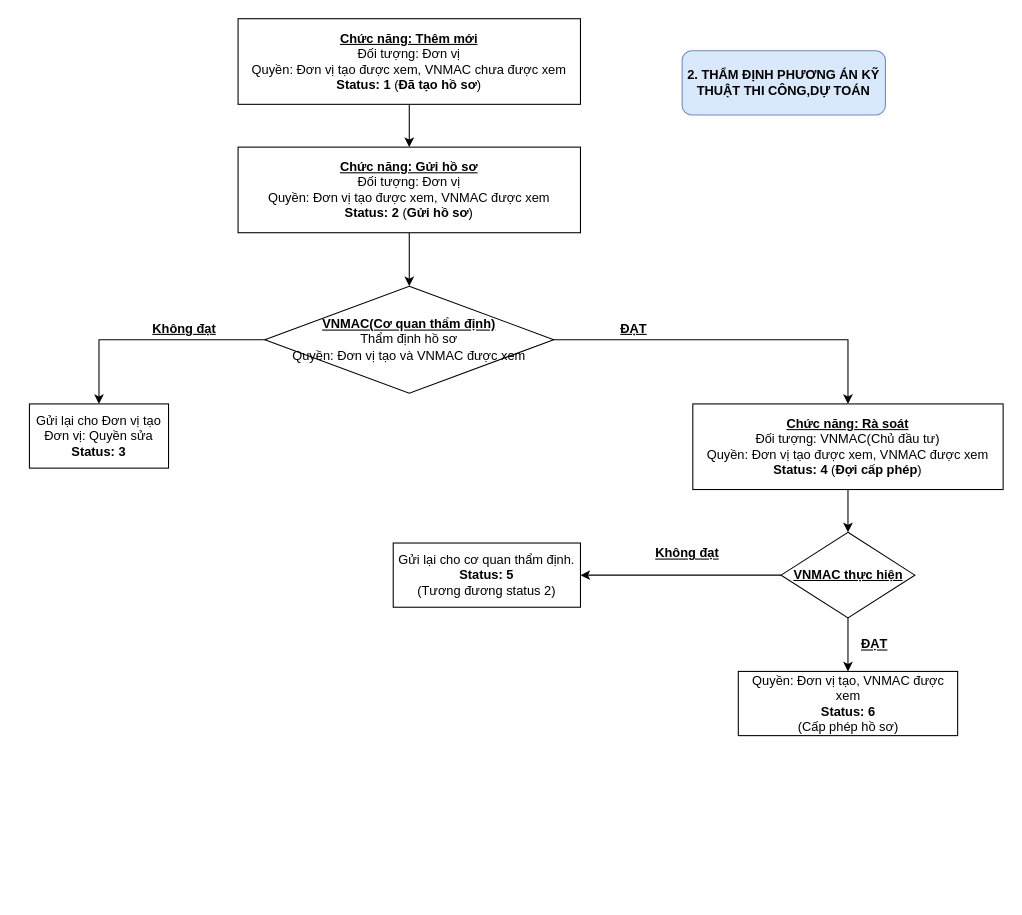
Earlier version of the draw.io diagram Untitled Diagram.drawio (phungminhhieu1206/elasticseach_demo). Source tidied: cells renumbered, new cells numbered last; positions are measured from the earlier drawing's top-left corner, leaving out a move shared by most shapes. Both pictures are drawn from the tidied source at 107%, with x=0, y=0 at pixel (29, 18).
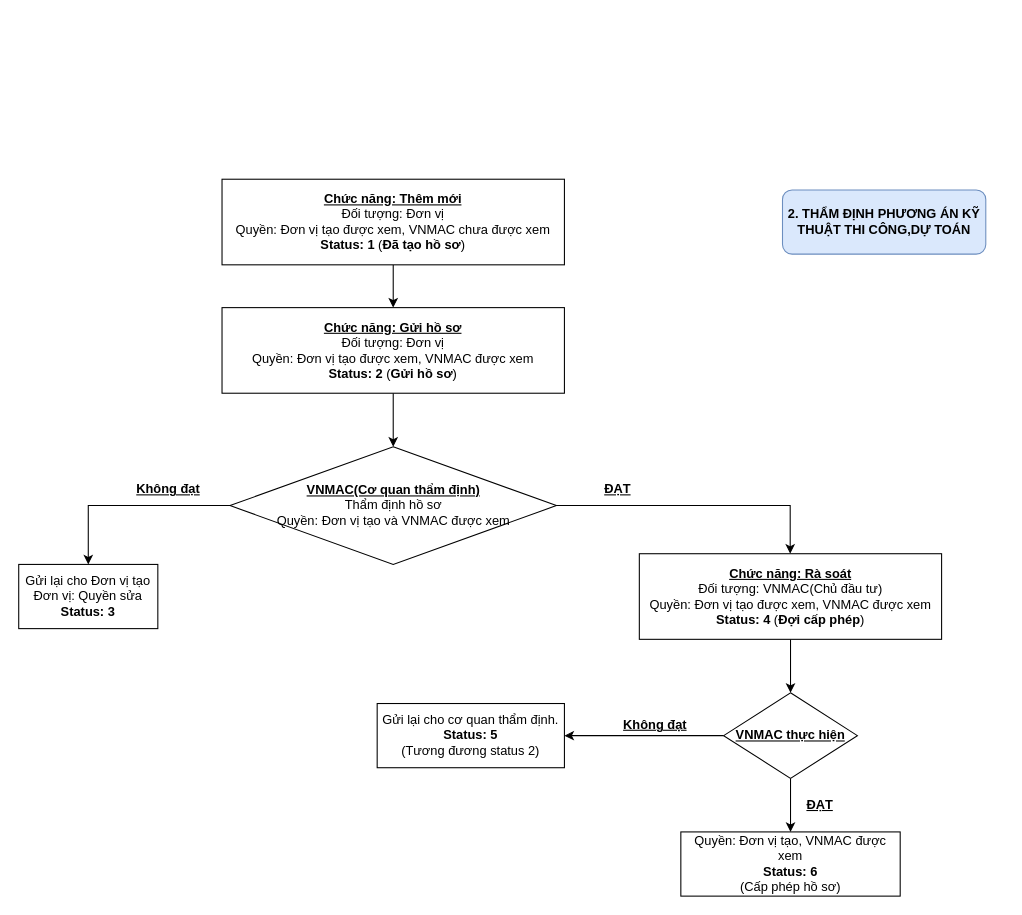
The same diagram, later.

What changed in the source:
```diff
@@
     <mxCell id="3" value="&lt;b&gt;&lt;u&gt;Chức năng: Thêm mới&lt;/u&gt;&lt;/b&gt;&lt;br&gt;Đối tượng: Đơn vị&lt;br&gt;Quyền: Đơn vị tạo được xem, VNMAC chưa được xem&lt;br&gt;&lt;b&gt;Status: 1&lt;/b&gt; (&lt;b&gt;Đã tạo hồ sơ&lt;/b&gt;)" style="rounded=0;whiteSpace=wrap;html=1;" parent="1" vertex="1">
-      <mxGeometry x="195" width="320" height="80" as="geometry" />
+      <mxGeometry x="180" y="150" width="320" height="80" as="geometry" />
     </mxCell>
@@
     <mxCell id="5" value="&lt;b&gt;&lt;u&gt;Chức năng: Gửi hồ sơ&lt;/u&gt;&lt;/b&gt;&lt;br&gt;Đối tượng: Đơn vị&lt;br&gt;Quyền: Đơn vị tạo được xem, VNMAC được xem&lt;br&gt;&lt;b&gt;Status: 2&lt;/b&gt;&amp;nbsp;(&lt;b&gt;Gửi&amp;nbsp;hồ sơ&lt;/b&gt;)" style="rounded=0;whiteSpace=wrap;html=1;" parent="1" vertex="1">
-      <mxGeometry x="195" y="120" width="320" height="80" as="geometry" />
+      <mxGeometry x="180" y="270" width="320" height="80" as="geometry" />
     </mxCell>
-    <mxCell id="6" style="edgeStyle=orthogonalEdgeStyle;rounded=0;jettySize=auto;html=1;" parent="1" edge="1" source="8" target="9">
+    <mxCell id="6" style="edgeStyle=orthogonalEdgeStyle;rounded=0;jettySize=auto;html=1;entryX=0.5;entryY=0;entryDx=0;entryDy=0;" parent="1" edge="1" source="8" target="9">
       <mxGeometry relative="1" as="geometry" />
     </mxCell>
     <mxCell id="7" style="edgeStyle=orthogonalEdgeStyle;rounded=0;jettySize=auto;html=1;" parent="1" edge="1" source="8" target="12">
-      <mxGeometry relative="1" as="geometry" />
+      <mxGeometry relative="1" as="geometry">
+        <Array as="points">
+          <mxPoint x="711" y="455" />
+        </Array>
+      </mxGeometry>
     </mxCell>
     <mxCell id="8" value="&lt;b&gt;&lt;u&gt;VNMAC(Cơ quan thẩm định)&lt;br&gt;&lt;/u&gt;&lt;/b&gt;Thẩm định hồ sơ&lt;br&gt;Quyền: Đơn vị tạo và VNMAC được xem" style="rhombus;whiteSpace=wrap;html=1;rounded=0;" parent="1" vertex="1">
-      <mxGeometry x="220" y="250" width="270" height="100" as="geometry" />
+      <mxGeometry x="187.5" y="400" width="305" height="110" as="geometry" />
     </mxCell>
     <mxCell id="9" value="Gửi lại cho Đơn vị tạo&lt;br&gt;Đơn vị: Quyền sửa&lt;br&gt;&lt;b&gt;Status: 3&lt;/b&gt;" style="whiteSpace=wrap;html=1;rounded=0;" parent="1" vertex="1">
-      <mxGeometry y="360" width="130" height="60" as="geometry" />
+      <mxGeometry x="-10" y="510" width="130" height="60" as="geometry" />
     </mxCell>
     <mxCell id="10" value="&lt;b&gt;&lt;u&gt;Không đạt&lt;/u&gt;&lt;/b&gt;" style="text;html=1;strokeColor=none;fillColor=none;align=center;verticalAlign=middle;whiteSpace=wrap;rounded=0;" parent="1" vertex="1">
-      <mxGeometry x="110" y="280" width="70" height="20" as="geometry" />
+      <mxGeometry x="95" y="430" width="70" height="20" as="geometry" />
     </mxCell>
@@
     <mxCell id="12" value="&lt;b&gt;&lt;u&gt;Chức năng: Rà soát&lt;/u&gt;&lt;/b&gt;&lt;br&gt;Đối tượng: VNMAC(Chủ đầu tư)&lt;br&gt;Quyền: Đơn vị tạo được xem, VNMAC được xem&lt;br&gt;&lt;b&gt;Status: 4&lt;/b&gt;&amp;nbsp;(&lt;b&gt;Đợi cấp phép&lt;/b&gt;)" style="whiteSpace=wrap;html=1;rounded=0;" parent="1" vertex="1">
-      <mxGeometry x="620" y="360" width="290" height="80" as="geometry" />
+      <mxGeometry x="570" y="500" width="282.5" height="80" as="geometry" />
     </mxCell>
     <mxCell id="13" value="&lt;b&gt;&lt;u&gt;ĐẠT&lt;/u&gt;&lt;/b&gt;" style="text;html=1;strokeColor=none;fillColor=none;align=center;verticalAlign=middle;whiteSpace=wrap;rounded=0;" parent="1" vertex="1">
-      <mxGeometry x="530" y="280" width="70" height="20" as="geometry" />
+      <mxGeometry x="515" y="430" width="70" height="20" as="geometry" />
     </mxCell>
@@
     <mxCell id="16" value="&lt;b&gt;&lt;u&gt;VNMAC thực hiện&lt;/u&gt;&lt;/b&gt;" style="rhombus;whiteSpace=wrap;html=1;rounded=0;" parent="1" vertex="1">
-      <mxGeometry x="702.5" y="480" width="125" height="80" as="geometry" />
+      <mxGeometry x="648.8" y="630" width="125" height="80" as="geometry" />
     </mxCell>
     <mxCell id="17" value="Gửi lại cho cơ quan thẩm định.&lt;br&gt;&lt;b&gt;Status: 5&lt;/b&gt;&lt;br&gt;(Tương đương status 2)" style="whiteSpace=wrap;html=1;rounded=0;" parent="1" vertex="1">
-      <mxGeometry x="340" y="490" width="175" height="60" as="geometry" />
+      <mxGeometry x="325" y="640" width="175" height="60" as="geometry" />
     </mxCell>
     <mxCell id="18" value="&lt;b&gt;&lt;u&gt;Không đạt&lt;/u&gt;&lt;/b&gt;" style="text;html=1;strokeColor=none;fillColor=none;align=center;verticalAlign=middle;whiteSpace=wrap;rounded=0;" parent="1" vertex="1">
-      <mxGeometry x="580" y="490" width="70" height="20" as="geometry" />
+      <mxGeometry x="550" y="650" width="70" height="20" as="geometry" />
     </mxCell>
     <mxCell id="19" value="Quyền: Đơn vị tạo, VNMAC được xem&lt;br&gt;&lt;b&gt;Status: 6&lt;/b&gt;&lt;br&gt;(Cấp phép hồ sơ)" style="whiteSpace=wrap;html=1;rounded=0;" parent="1" vertex="1">
-      <mxGeometry x="662.5" y="610" width="205" height="60" as="geometry" />
+      <mxGeometry x="608.8" y="760" width="205" height="60" as="geometry" />
     </mxCell>
     <mxCell id="20" value="&lt;b&gt;&lt;u&gt;ĐẠT&lt;/u&gt;&lt;/b&gt;" style="text;html=1;strokeColor=none;fillColor=none;align=center;verticalAlign=middle;whiteSpace=wrap;rounded=0;" parent="1" vertex="1">
-      <mxGeometry x="755" y="574.5" width="70" height="20" as="geometry" />
+      <mxGeometry x="703.8" y="724.5" width="70" height="20" as="geometry" />
     </mxCell>
     <mxCell id="21" value="&lt;b&gt;2. THẨM ĐỊNH PHƯƠNG ÁN KỸ THUẬT THI CÔNG,DỰ TOÁN&lt;/b&gt;" style="rounded=1;whiteSpace=wrap;html=1;fillColor=#dae8fc;strokeColor=#6c8ebf;" parent="1" vertex="1">
-      <mxGeometry x="610" y="30" width="190" height="60" as="geometry" />
+      <mxGeometry x="703.8" y="160" width="190" height="60" as="geometry" />
     </mxCell>
```
